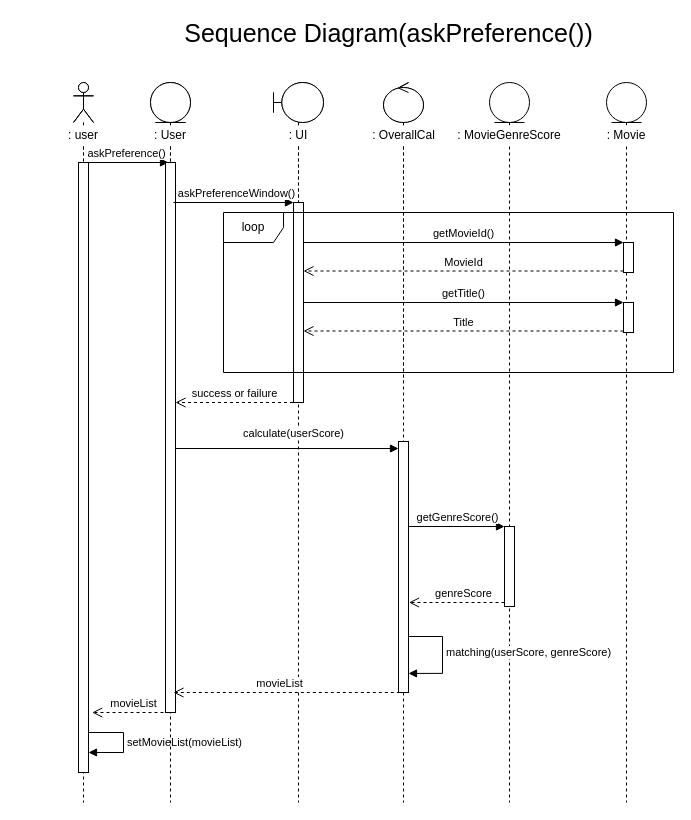
SoftwareEngineering-Gotcha/MovieRecommendation keeps this draw.io diagram as page "Page-1" (1 of 2) of UML/sequenceDiagram.drawio. Above is the earlier version. Source tidied: cells renumbered, new cells numbered last; positions are measured from the earlier drawing's top-left corner, leaving out a move shared by most shapes. Both pictures are drawn from the tidied source at 100%, with x=0, y=0 at pixel (63, 22).
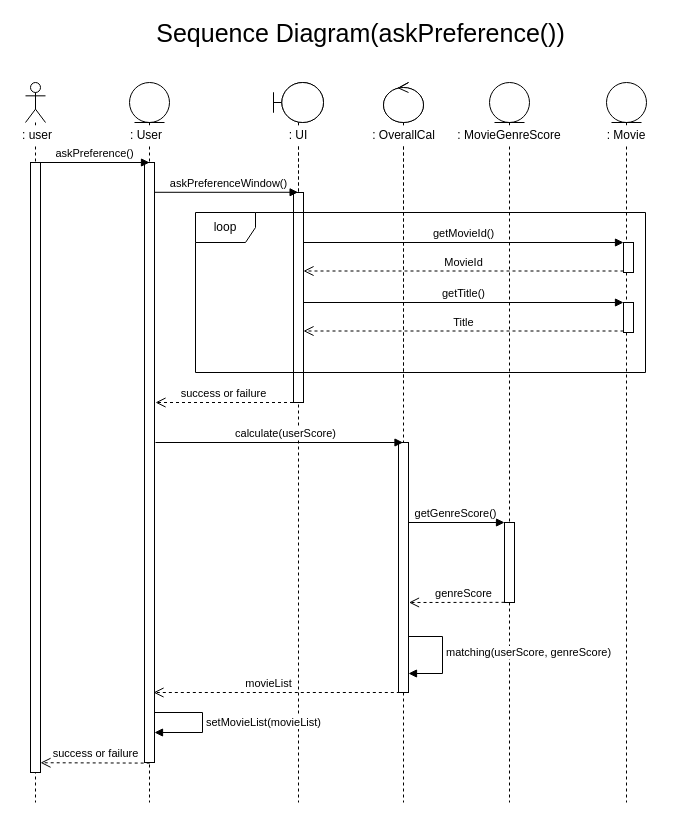
The same page after the edit.

The change refers to these unchanged cells:
```xml
<mxCell id="9" style="shape=umlLifeline;participant=umlEntity;perimeter=lifelinePerimeter;whiteSpace=wrap;html=1;verticalAlign=top;spacingTop=36;fillColor=#FFFFFF;" parent="1" vertex="1">
  <mxGeometry x="426" y="60" width="40" height="720" as="geometry" />
</mxCell>
<mxCell id="12" style="html=1;points=[];perimeter=orthogonalPerimeter;fillColor=#FFFFFF;" parent="11" vertex="1">
  <mxGeometry x="5" y="80" width="10" height="610" as="geometry" />
</mxCell>
<mxCell id="18" style="shape=umlLifeline;participant=umlControl;perimeter=lifelinePerimeter;whiteSpace=wrap;html=1;verticalAlign=top;spacingTop=36;outlineConnect=0;fillColor=#FFFFFF;" parent="9" vertex="1">
  <mxGeometry x="-106" width="40" height="720" as="geometry" />
</mxCell>
```

Diff of the diagram source:
```diff
@@
-    <mxCell id="4" style="shape=umlLifeline;participant=umlActor;perimeter=lifelinePerimeter;whiteSpace=wrap;html=1;verticalAlign=top;spacingTop=36;outlineConnect=0;" parent="1" vertex="1">
-      <mxGeometry x="10" y="60" width="20" height="300" as="geometry" />
-    </mxCell>
@@
-    <mxCell id="6" value="askPreference()" style="html=1;verticalAlign=bottom;endArrow=block;" parent="1" edge="1" source="4">
-      <mxGeometry relative="1" as="geometry">
-        <mxPoint x="105" y="140" as="targetPoint" />
-      </mxGeometry>
-    </mxCell>
@@
-    <mxCell id="8" style="shape=umlLifeline;participant=umlEntity;perimeter=lifelinePerimeter;whiteSpace=wrap;html=1;verticalAlign=top;spacingTop=36;fillColor=#FFFFFF;" parent="1" vertex="1">
-      <mxGeometry x="87" y="60" width="40" height="300" as="geometry" />
-    </mxCell>
@@
+    <mxCell id="25" value="getGenreScore()" style="html=1;verticalAlign=bottom;endArrow=block;entryX=0;entryY=0;" parent="9" edge="1" source="18" target="10">
+      <mxGeometry x="0.03" relative="1" as="geometry" />
+    </mxCell>
+    <mxCell id="16" style="shape=umlLifeline;participant=umlBoundary;perimeter=lifelinePerimeter;whiteSpace=wrap;html=1;verticalAlign=top;spacingTop=36;size=40;" parent="9" vertex="1">
+      <mxGeometry x="-216" width="50" height="720" as="geometry" />
+    </mxCell>
+    <mxCell id="17" style="html=1;points=[];perimeter=orthogonalPerimeter;fillColor=#FFFFFF;" parent="16" vertex="1">
+      <mxGeometry x="20" y="110" width="10" height="210" as="geometry" />
+    </mxCell>
     <mxCell id="10" style="html=1;points=[];perimeter=orthogonalPerimeter;fillColor=#FFFFFF;" parent="9" vertex="1">
-      <mxGeometry x="15" y="444" width="10" height="80" as="geometry" />
+      <mxGeometry x="15" y="440" width="10" height="80" as="geometry" />
     </mxCell>
     <mxCell id="11" style="shape=umlLifeline;participant=umlActor;perimeter=lifelinePerimeter;whiteSpace=wrap;html=1;verticalAlign=top;spacingTop=36;" parent="9" vertex="1">
-      <mxGeometry x="-416" width="20" height="720" as="geometry" />
+      <mxGeometry x="-464" width="20" height="720" as="geometry" />
     </mxCell>
@@
-    <mxCell id="13" value="setMovieList(movieList)" style="edgeStyle=orthogonalEdgeStyle;html=1;align=left;spacingLeft=2;endArrow=block;rounded=0;" parent="11" edge="1" target="12">
-      <mxGeometry relative="1" as="geometry">
-        <mxPoint x="15" y="650" as="sourcePoint" />
-        <Array as="points">
-          <mxPoint x="50" y="650" />
-          <mxPoint x="50" y="670" />
-        </Array>
-      </mxGeometry>
-    </mxCell>
-    <mxCell id="14" style="shape=umlLifeline;participant=umlEntity;perimeter=lifelinePerimeter;whiteSpace=wrap;html=1;verticalAlign=top;spacingTop=36;outlineConnect=0;fillColor=#FFFFFF;" parent="9" vertex="1">
-      <mxGeometry x="-339" width="40" height="720" as="geometry" />
-    </mxCell>
-    <mxCell id="15" style="html=1;points=[];perimeter=orthogonalPerimeter;fillColor=#FFFFFF;" parent="14" vertex="1">
-      <mxGeometry x="15" y="80" width="10" height="550" as="geometry" />
-    </mxCell>
-    <mxCell id="16" style="shape=umlLifeline;participant=umlBoundary;perimeter=lifelinePerimeter;whiteSpace=wrap;html=1;verticalAlign=top;spacingTop=36;size=40;" parent="9" vertex="1">
-      <mxGeometry x="-216" width="50" height="720" as="geometry" />
-    </mxCell>
-    <mxCell id="17" style="html=1;points=[];perimeter=orthogonalPerimeter;fillColor=#FFFFFF;" parent="16" vertex="1">
-      <mxGeometry x="20" y="120" width="10" height="200" as="geometry" />
-    </mxCell>
@@
     <mxCell id="19" style="html=1;points=[];perimeter=orthogonalPerimeter;fillColor=#FFFFFF;" parent="18" vertex="1">
-      <mxGeometry x="15" y="359" width="10" height="251" as="geometry" />
+      <mxGeometry x="15" y="360" width="10" height="250" as="geometry" />
     </mxCell>
+    <mxCell id="21" value="success or failure" style="html=1;verticalAlign=bottom;endArrow=open;dashed=1;endSize=8;exitX=0;exitY=0.95;" parent="9" edge="1">
+      <mxGeometry x="0.06" relative="1" as="geometry">
+        <mxPoint x="-190.5" y="320" as="sourcePoint" />
+        <mxPoint x="-334" y="320" as="targetPoint" />
+      </mxGeometry>
+    </mxCell>
-    <mxCell id="20" value="askPreferenceWindow()" style="html=1;verticalAlign=bottom;endArrow=block;entryX=0;entryY=0;" parent="9" edge="1" target="17">
-      <mxGeometry x="0.03" relative="1" as="geometry">
-        <mxPoint x="-316" y="120" as="sourcePoint" />
-        <mxPoint x="1" as="offset" />
-      </mxGeometry>
+    <mxCell id="20" value="askPreferenceWindow()" style="html=1;verticalAlign=bottom;endArrow=block;entryX=0.46;entryY=-0.001;entryDx=0;entryDy=0;entryPerimeter=0;" parent="9" edge="1" source="14" target="17">
+      <mxGeometry x="0.06" relative="1" as="geometry" />
     </mxCell>
-    <mxCell id="21" value="success or failure" style="html=1;verticalAlign=bottom;endArrow=open;dashed=1;endSize=8;exitX=0;exitY=0.95;" parent="9" edge="1">
-      <mxGeometry x="0.06" relative="1" as="geometry">
-        <mxPoint x="-190.5" y="320" as="sourcePoint" />
-        <mxPoint x="-314" y="320" as="targetPoint" />
-      </mxGeometry>
-    </mxCell>
+    <mxCell id="14" style="shape=umlLifeline;participant=umlEntity;perimeter=lifelinePerimeter;whiteSpace=wrap;html=1;verticalAlign=top;spacingTop=36;outlineConnect=0;fillColor=#FFFFFF;" parent="9" vertex="1">
+      <mxGeometry x="-360" width="40" height="720" as="geometry" />
+    </mxCell>
+    <mxCell id="13" value="setMovieList(movieList)" style="edgeStyle=orthogonalEdgeStyle;html=1;align=left;spacingLeft=2;endArrow=block;rounded=0;" parent="14" edge="1" source="15" target="15">
+      <mxGeometry relative="1" as="geometry">
+        <Array as="points">
+          <mxPoint x="73" y="630" />
+          <mxPoint x="73" y="650" />
+        </Array>
+      </mxGeometry>
+    </mxCell>
+    <mxCell id="15" style="html=1;points=[];perimeter=orthogonalPerimeter;fillColor=#FFFFFF;" parent="14" vertex="1">
+      <mxGeometry x="15" y="80" width="10" height="600" as="geometry" />
+    </mxCell>
+    <mxCell id="41" value="success or failure" style="html=1;verticalAlign=bottom;endArrow=open;dashed=1;endSize=8;exitX=0.52;exitY=1.001;exitDx=0;exitDy=0;exitPerimeter=0;entryX=1;entryY=0.984;entryDx=0;entryDy=0;entryPerimeter=0;" parent="9" edge="1" source="15" target="12">
+      <mxGeometry x="-0.01" relative="1" as="geometry" />
+    </mxCell>
@@
     <mxCell id="24" value=": User" style="text;html=1;align=center;verticalAlign=middle;whiteSpace=wrap;rounded=0;fillColor=#FFFFFF;" parent="1" vertex="1">
-      <mxGeometry x="87" y="103" width="40" height="20" as="geometry" />
+      <mxGeometry x="63" y="103" width="40" height="20" as="geometry" />
     </mxCell>
-    <mxCell id="25" value="getGenreScore()" style="html=1;verticalAlign=bottom;endArrow=block;entryX=0;entryY=0;" parent="1" edge="1" target="10">
-      <mxGeometry relative="1" as="geometry">
-        <mxPoint x="345.5" y="504" as="sourcePoint" />
-      </mxGeometry>
-    </mxCell>
-    <mxCell id="26" value="genreScore" style="html=1;verticalAlign=bottom;endArrow=open;dashed=1;endSize=8;exitX=0;exitY=0.95;" parent="1" edge="1" source="10">
+    <mxCell id="26" value="genreScore" style="html=1;verticalAlign=bottom;endArrow=open;dashed=1;endSize=8;exitX=0;exitY=0.998;exitDx=0;exitDy=0;exitPerimeter=0;" parent="1" edge="1" source="10">
       <mxGeometry x="-0.14" relative="1" as="geometry">
         <mxPoint x="345.5" y="580" as="targetPoint" />
       </mxGeometry>
     </mxCell>
     <mxCell id="27" value="matching(userScore, genreScore)" style="edgeStyle=orthogonalEdgeStyle;html=1;align=left;spacingLeft=2;endArrow=block;rounded=0;entryX=1;entryY=0.924;entryDx=0;entryDy=0;entryPerimeter=0;" parent="1" edge="1" target="19">
-      <mxGeometry x="-0.04" relative="1" as="geometry">
+      <mxGeometry x="-0.05" relative="1" as="geometry">
         <mxPoint x="345" y="614" as="sourcePoint" />
         <Array as="points">
           <mxPoint x="379" y="614" />
-          <mxPoint x="379" y="650" />
+          <mxPoint x="379" y="651" />
         </Array>
       </mxGeometry>
     </mxCell>
-    <mxCell id="28" value="calculate(userScore)" style="html=1;verticalAlign=bottom;endArrow=block;entryX=0;entryY=0.028;entryDx=0;entryDy=0;entryPerimeter=0;" parent="1" edge="1" target="19">
-      <mxGeometry x="0.06" y="6" relative="1" as="geometry">
-        <mxPoint x="112" y="426" as="sourcePoint" />
+    <mxCell id="28" value="calculate(userScore)" style="html=1;verticalAlign=bottom;endArrow=block;" parent="1" edge="1">
+      <mxGeometry x="0.05" relative="1" as="geometry">
+        <mxPoint x="92" y="420" as="sourcePoint" />
+        <mxPoint x="339.5" y="420" as="targetPoint" />
       </mxGeometry>
     </mxCell>
     <mxCell id="29" value="loop" style="shape=umlFrame;whiteSpace=wrap;html=1;fillColor=#FFFFFF;" parent="1" vertex="1">
-      <mxGeometry x="160" y="190" width="450" height="160" as="geometry" />
+      <mxGeometry x="132" y="190" width="450" height="160" as="geometry" />
     </mxCell>
@@
     <mxCell id="33" value="&lt;font style=&quot;font-size: 25px&quot;&gt;Sequence Diagram(askPreference())&lt;/font&gt;" style="text;html=1;align=center;verticalAlign=middle;strokeColor=none;" parent="1" vertex="1">
-      <mxGeometry x="115" width="420" height="20" as="geometry" />
+      <mxGeometry x="87" width="420" height="20" as="geometry" />
     </mxCell>
     <mxCell id="34" value=": user" style="text;html=1;align=center;verticalAlign=middle;whiteSpace=wrap;rounded=0;fillColor=#FFFFFF;" parent="1" vertex="1">
-      <mxGeometry y="103" width="40" height="20" as="geometry" />
+      <mxGeometry x="-46" y="103" width="40" height="20" as="geometry" />
     </mxCell>
@@
     <mxCell id="39" value="movieList" style="html=1;verticalAlign=bottom;endArrow=open;dashed=1;endSize=8;exitX=0.133;exitY=1;exitDx=0;exitDy=0;exitPerimeter=0;" parent="1" edge="1" source="19">
       <mxGeometry x="0.06" relative="1" as="geometry">
-        <mxPoint x="110" y="670" as="targetPoint" />
+        <mxPoint x="90" y="670" as="targetPoint" />
       </mxGeometry>
     </mxCell>
-    <mxCell id="40" value="movieList" style="html=1;verticalAlign=bottom;endArrow=open;dashed=1;endSize=8;" parent="1" edge="1">
-      <mxGeometry x="-0.16" relative="1" as="geometry">
-        <mxPoint x="100" y="690" as="sourcePoint" />
-        <mxPoint x="28.7" y="690" as="targetPoint" />
-      </mxGeometry>
-    </mxCell>
+    <mxCell id="6" value="askPreference()" style="html=1;verticalAlign=bottom;endArrow=block;exitX=0.76;exitY=0;exitDx=0;exitDy=0;exitPerimeter=0;" parent="1" edge="1" source="12">
+      <mxGeometry relative="1" as="geometry">
+        <mxPoint x="86" y="140" as="targetPoint" />
+      </mxGeometry>
+    </mxCell>
```
